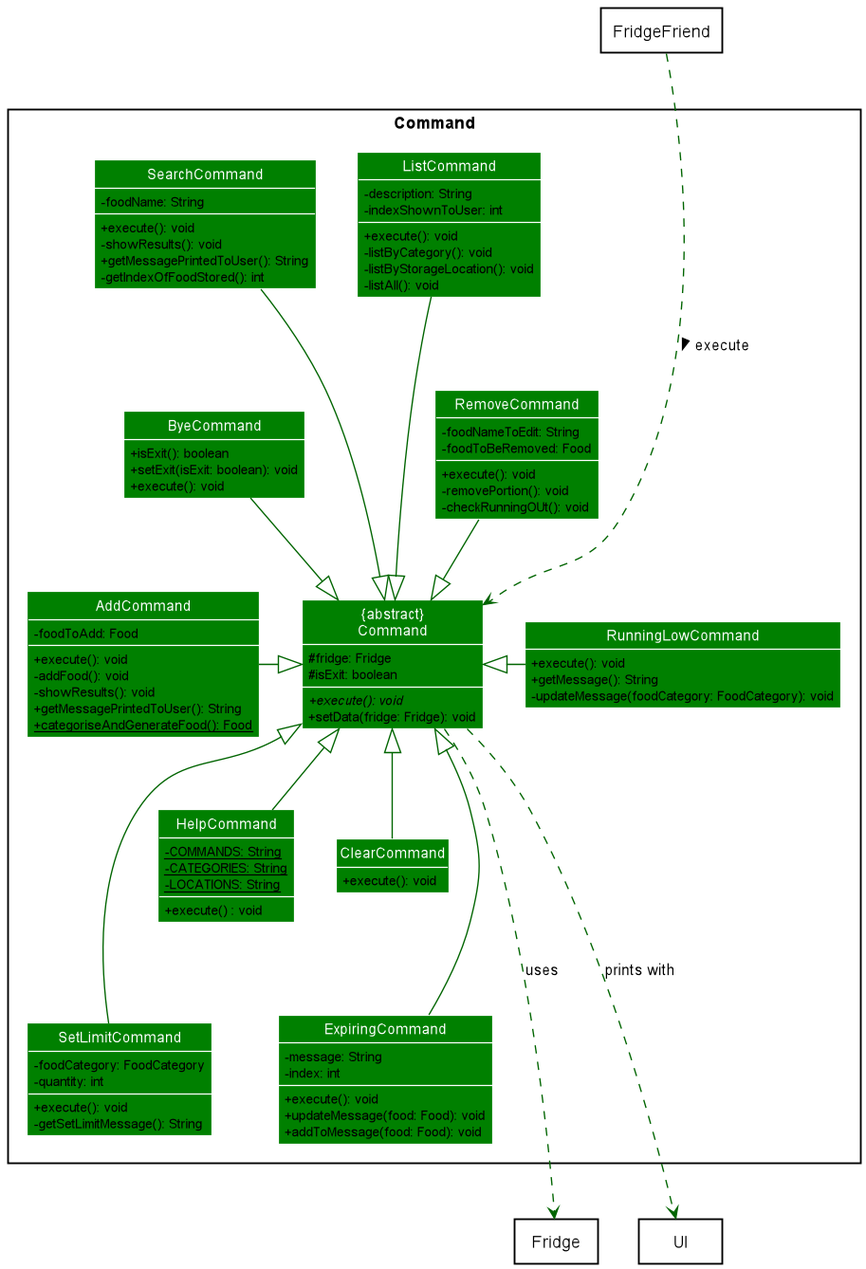
Above: docs/diagrams/diagram_images/CommandClassDiagram.png in nus-cs2113-AY2021S2/tp (PlantUML), before the change. Its diagram source:
```plantuml
@startuml
!include style.puml

skinparam arrowThickness 1.1
skinparam arrowColor DarkGreen
skinparam classBackgroundColor Green
skinparam classAttributeIconSize 0

package Command <<Rectangle>> {
    class "{abstract}\nCommand" as Command
    class AddCommand
    class RemoveCommand
    class ListCommand
    class SearchCommand
    class SetLimitCommand
    class HelpCommand
    class ClearCommand
    class ByeCommand
    class RunningLowCommand
    class ExpiringCommand
}

package Fridge <<Rectangle>>  {
}

package FridgeFriend <<Rectangle>> {
}

package UI <<Rectangle>> {
}

class Command {
  #fridge: Fridge
  #isExit: boolean
  +execute(): void{abstract}
  +setData(fridge: Fridge): void
}

class AddCommand {
  -foodToAdd: Food
  +execute(): void
  -addFood(): void
  -showResults(): void
  +getMessagePrintedToUser(): String
  +categoriseAndGenerateFood(): Food {static}
}

class RemoveCommand {
  -foodNameToEdit: String
  -foodToBeRemoved: Food
  +execute(): void
  -removePortion(): void
  -checkRunningOUt(): void
}

class ListCommand {
  -description: String
  -indexShownToUser: int
  +execute(): void
  -listByCategory(): void
  -listByStorageLocation(): void
  -listAll(): void
}

class SearchCommand {
  -foodName: String
  +execute(): void
  -showResults(): void
  +getMessagePrintedToUser(): String
  -getIndexOfFoodStored(): int
}

class SetLimitCommand {
  -foodCategory: FoodCategory
  -quantity: int
  +execute(): void
  -getSetLimitMessage(): String
}


class HelpCommand {
  - COMMANDS: String {static}
  - CATEGORIES: String {static}
  - LOCATIONS: String {static}
  + execute() : void
}

class ClearCommand {
  +execute(): void
}

class ByeCommand {
  +isExit(): boolean
  +setExit(isExit: boolean): void
  +execute(): void
}

class RunningLowCommand {
  +execute(): void
  +getMessage(): String
  -updateMessage(foodCategory: FoodCategory): void
}

class ExpiringCommand {
  -message: String
  -index: int
  +execute(): void
  +updateMessage(food: Food): void
  +addToMessage(food: Food): void
}

Command ---.down> Fridge: uses
Command ---.down> UI: prints with
FridgeFriend ---.down> Command: execute >
AddCommand --right|> Command
RemoveCommand --down|> Command
ListCommand ---down|> Command
SearchCommand ---down|> Command
SetLimitCommand ---up|> Command
HelpCommand --up|> Command
ClearCommand --up|> Command
ByeCommand --down|> Command
RunningLowCommand --left|> Command
ExpiringCommand ---up|> Command

@enduml
```
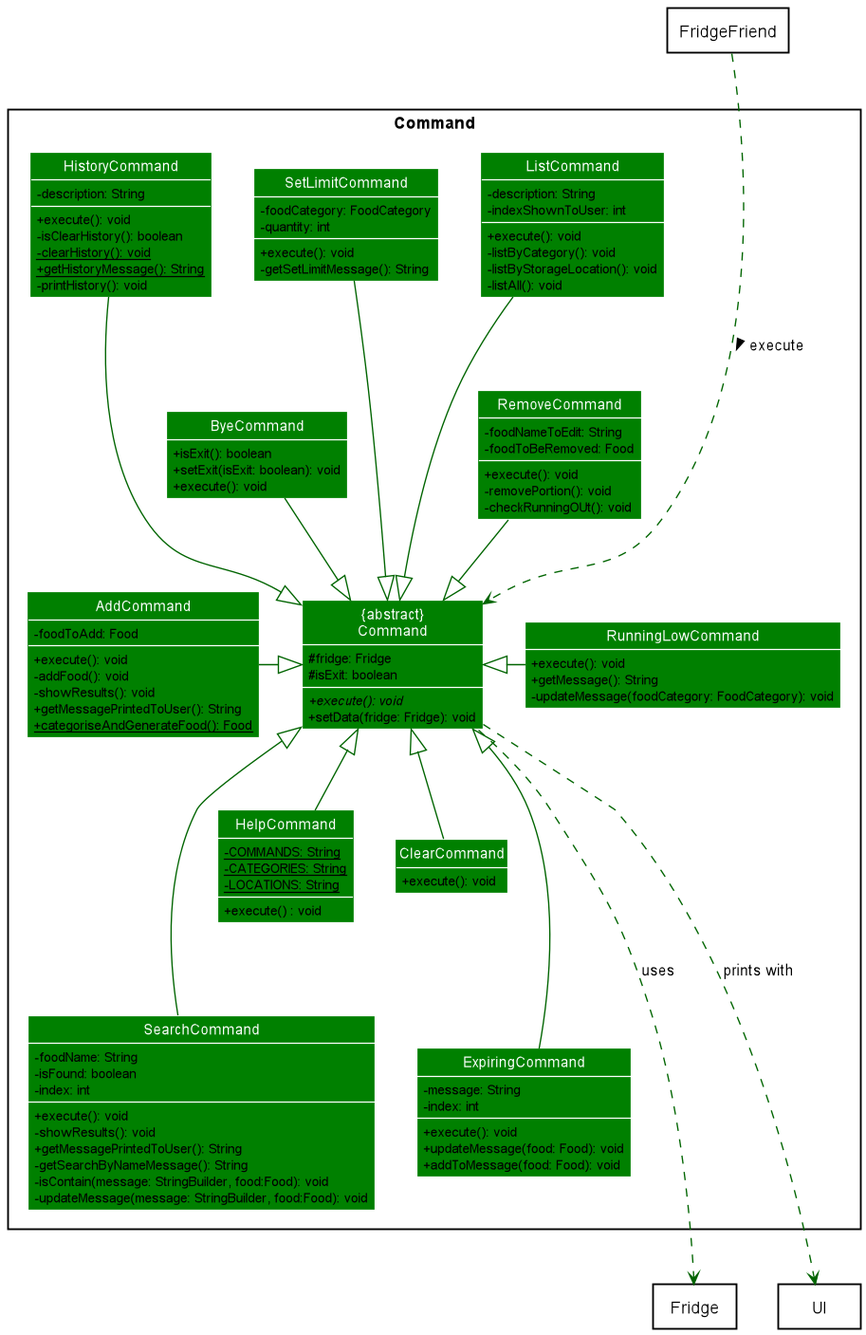
Later version of the same file.

Diff of the diagram source:
```diff
@@ -18,6 +18,7 @@
     class ByeCommand
     class RunningLowCommand
     class ExpiringCommand
+    Class HistoryCommand
 }
 
 package Fridge <<Rectangle>>  {
@@ -64,10 +65,14 @@
 
 class SearchCommand {
   -foodName: String
+  -isFound: boolean
+  -index: int
   +execute(): void
   -showResults(): void
   +getMessagePrintedToUser(): String
-  -getIndexOfFoodStored(): int
+  -getSearchByNameMessage(): String
+  -isContain(message: StringBuilder, food:Food): void
+  -updateMessage(message: StringBuilder, food:Food): void
 }
 
 class SetLimitCommand {
@@ -109,18 +114,28 @@
   +addToMessage(food: Food): void
 }
 
+class HistoryCommand {
+  -description: String
+  +execute(): void
+  -isClearHistory(): boolean
+  -clearHistory(): void {static}
+  +getHistoryMessage(): String {static}
+  -printHistory(): void
+}
+
 Command ---.down> Fridge: uses
 Command ---.down> UI: prints with
 FridgeFriend ---.down> Command: execute >
 AddCommand --right|> Command
 RemoveCommand --down|> Command
 ListCommand ---down|> Command
-SearchCommand ---down|> Command
-SetLimitCommand ---up|> Command
+SearchCommand ---up|> Command
+SetLimitCommand ---down|> Command
 HelpCommand --up|> Command
 ClearCommand --up|> Command
 ByeCommand --down|> Command
 RunningLowCommand --left|> Command
 ExpiringCommand ---up|> Command
+HistoryCommand ---down|> Command
 
 @enduml
```
